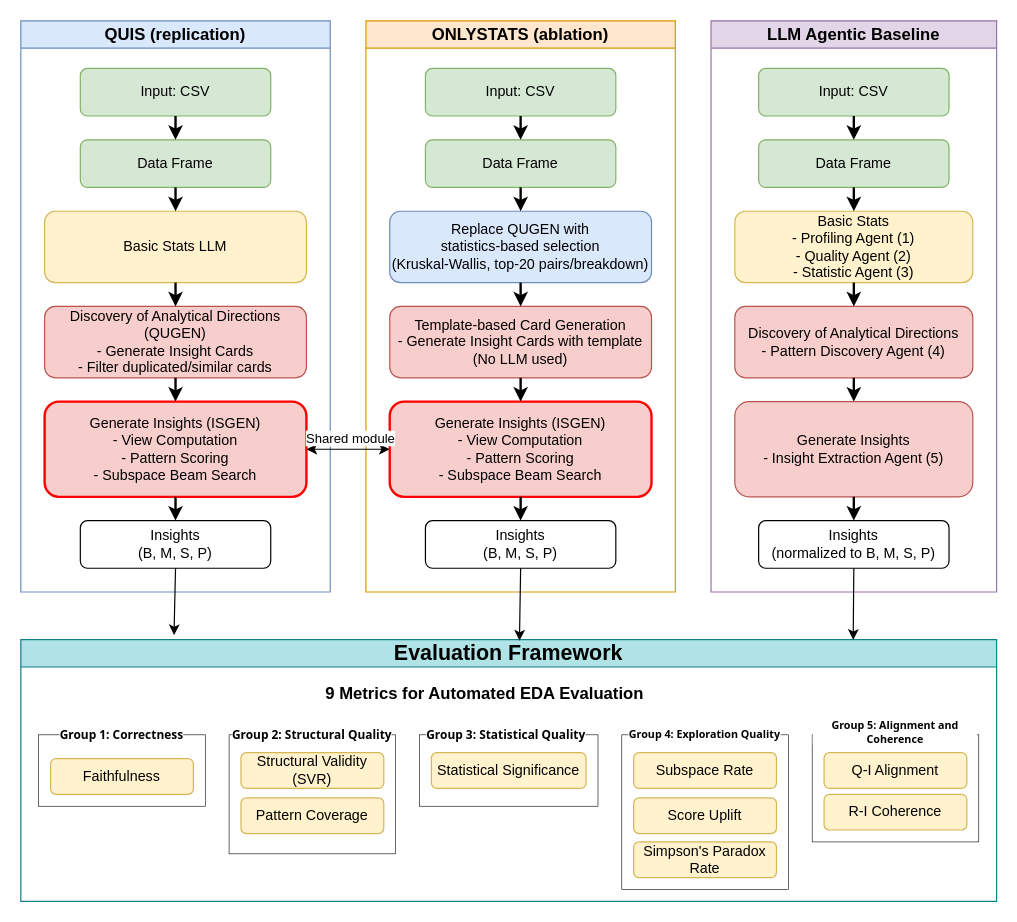
Earlier version of the draw.io diagram docs/model_comparison.drawio (sunnydovision/EDAProject). Source tidied: cells renumbered, new cells numbered last; positions are measured from the earlier drawing's top-left corner, leaving out a move shared by most shapes. Both pictures are drawn from the tidied source at 119%, with x=0, y=0 at pixel (20, 20).
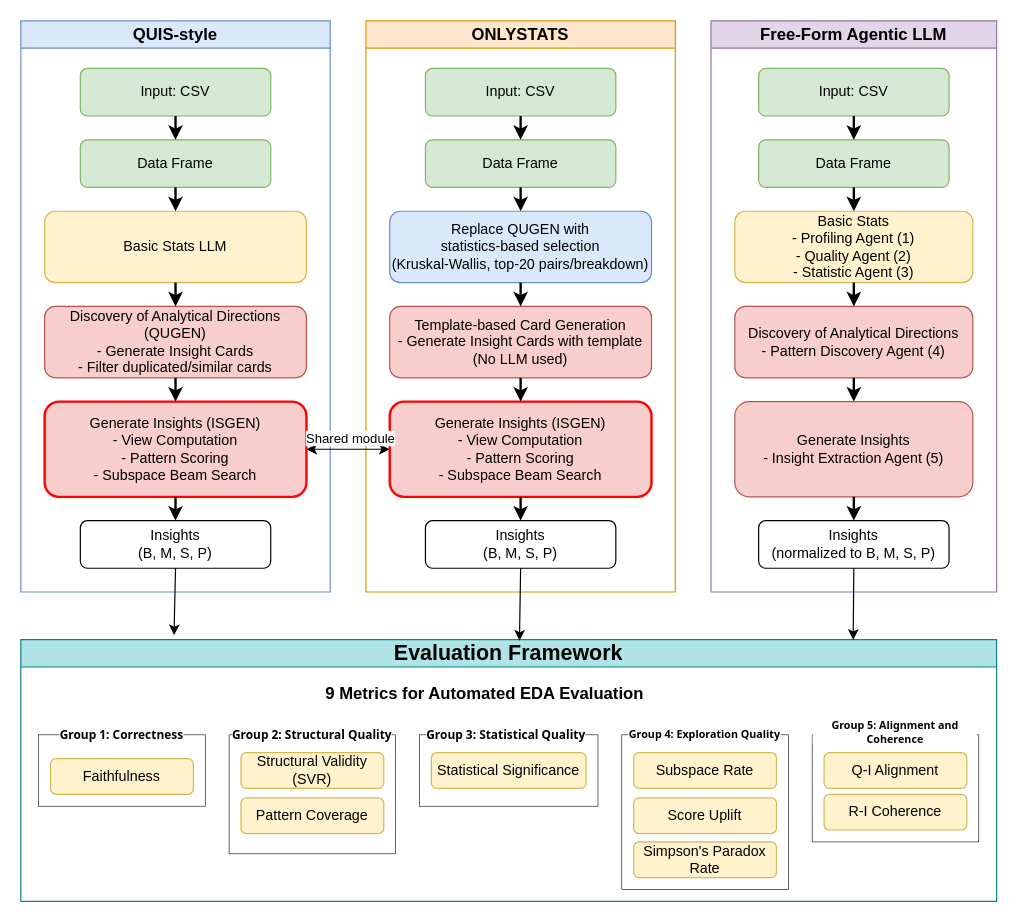
The same diagram, later.

What changed in the source:
```diff
@@
-    <mxCell id="2" value="QUIS (replication)" style="swimlane;whiteSpace=wrap;html=1;fillColor=#dae8fc;strokeColor=#6c8ebf;fontStyle=1;fontSize=14;strokeWidth=1;" parent="1" vertex="1">
+    <mxCell id="2" value="QUIS-style" style="swimlane;whiteSpace=wrap;html=1;fillColor=#dae8fc;strokeColor=#6c8ebf;fontStyle=1;fontSize=14;strokeWidth=1;" parent="1" vertex="1">
       <mxGeometry width="260" height="480" as="geometry" />
     </mxCell>
@@
-    <mxCell id="14" value="ONLYSTATS (ablation)" style="swimlane;whiteSpace=wrap;html=1;fillColor=#ffe6cc;strokeColor=#d79b00;fontStyle=1;fontSize=14;strokeWidth=1;" parent="1" vertex="1">
+    <mxCell id="14" value="ONLYSTATS" style="swimlane;whiteSpace=wrap;html=1;fillColor=#ffe6cc;strokeColor=#d79b00;fontStyle=1;fontSize=14;strokeWidth=1;" parent="1" vertex="1">
       <mxGeometry x="290" width="260" height="480" as="geometry" />
     </mxCell>
@@
-    <mxCell id="26" value="LLM Agentic Baseline" style="swimlane;whiteSpace=wrap;html=1;fillColor=#e1d5e7;strokeColor=#9673a6;fontStyle=1;fontSize=14;strokeWidth=1;" parent="1" vertex="1">
+    <mxCell id="26" value="Free-Form Agentic LLM" style="swimlane;whiteSpace=wrap;html=1;fillColor=#e1d5e7;strokeColor=#9673a6;fontStyle=1;fontSize=14;strokeWidth=1;" parent="1" vertex="1">
       <mxGeometry x="580" width="240" height="480" as="geometry" />
     </mxCell>
```
